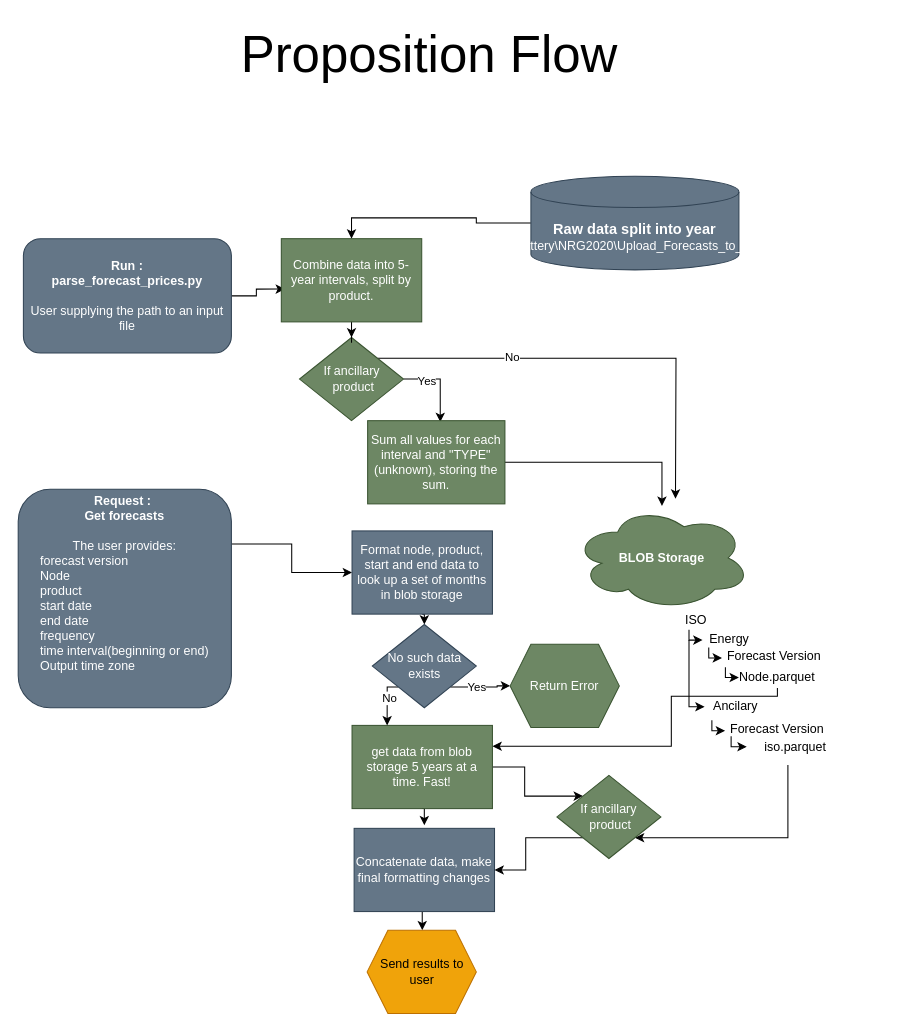
Earlier version of the draw.io diagram page "Page-2" (2 of 2) of design_prop_1.drawio (rmFlynn/Wrighton_diagrams). Source tidied: cells renumbered, new cells numbered last; positions are measured from the earlier drawing's top-left corner, leaving out a move shared by most shapes. Both pictures are drawn from the tidied source at 104%, with x=0, y=0 at pixel (18, 18).
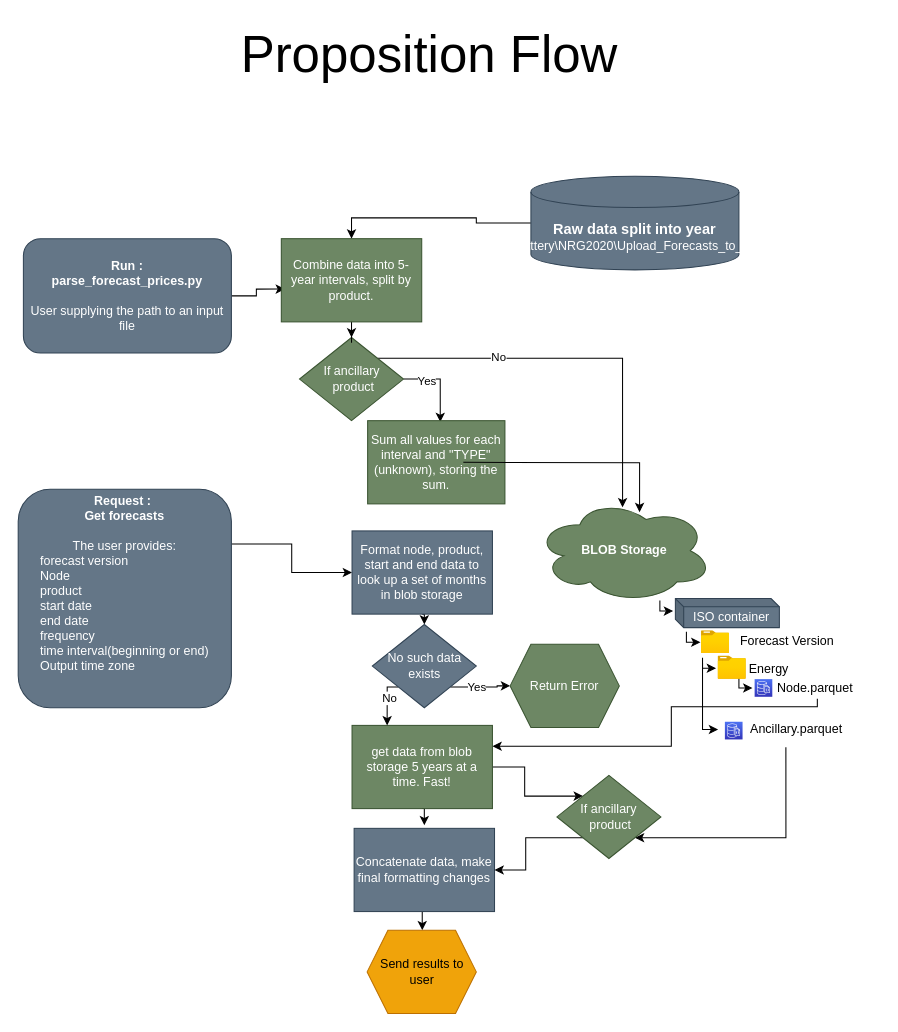
Above is the later version.

Unchanged cells that the change refers to:
```xml
<mxCell id="13" value="&lt;div&gt;If ancillary&lt;/div&gt;&lt;div&gt;&amp;nbsp;product&lt;/div&gt;" style="rhombus;whiteSpace=wrap;html=1;fillColor=#6d8764;fontColor=#ffffff;strokeColor=#3A5431;" parent="1" vertex="1">
  <mxGeometry x="270.5" y="307" width="100" height="80" as="geometry" />
</mxCell>
<mxCell id="21" value="get data from blob storage 5 years at a time. Fast!" style="rounded=0;whiteSpace=wrap;html=1;fillColor=#6d8764;strokeColor=#3A5431;fontColor=#ffffff;" parent="1" vertex="1">
  <mxGeometry x="321" y="680" width="135" height="80" as="geometry" />
</mxCell>
<mxCell id="30" value="Sum all values for each interval and &quot;TYPE&quot;(unknown), storing the sum." style="rounded=0;whiteSpace=wrap;html=1;fillColor=#6d8764;strokeColor=#3A5431;fontColor=#ffffff;" parent="1" vertex="1">
  <mxGeometry x="336" y="387" width="132" height="80" as="geometry" />
</mxCell>
<mxCell id="49" value="&lt;div&gt;If ancillary&lt;/div&gt;&lt;div&gt;&amp;nbsp;product&lt;br&gt;&lt;/div&gt;" style="rhombus;whiteSpace=wrap;html=1;fillColor=#6d8764;fontColor=#ffffff;strokeColor=#3A5431;" parent="1" vertex="1">
  <mxGeometry x="518" y="728" width="100" height="80" as="geometry" />
</mxCell>
```

Change to the diagram source:
```diff
@@
-    <mxCell id="4" value="&lt;b&gt;BLOB Storage&lt;/b&gt;" style="ellipse;shape=cloud;whiteSpace=wrap;html=1;fillColor=#6d8764;fontColor=#ffffff;strokeColor=#3A5431;" parent="1" vertex="1">
-      <mxGeometry x="534" y="469" width="170" height="100" as="geometry" />
-    </mxCell>
     <mxCell id="5" value="Energy" style="text;html=1;strokeColor=none;fillColor=none;align=center;verticalAlign=middle;whiteSpace=wrap;rounded=0;" parent="1" vertex="1">
-      <mxGeometry x="654" y="587" width="60" height="20" as="geometry" />
+      <mxGeometry x="692" y="616" width="60" height="20" as="geometry" />
     </mxCell>
-    <mxCell id="6" value="Forecast Version" style="text;html=1;strokeColor=none;fillColor=none;align=center;verticalAlign=middle;whiteSpace=wrap;rounded=0;" parent="1" vertex="1">
-      <mxGeometry x="677" y="604" width="100" height="20" as="geometry" />
-    </mxCell>
@@
-    <mxCell id="9" style="edgeStyle=orthogonalEdgeStyle;rounded=0;jettySize=auto;html=1;exitX=1;exitY=0;exitDx=0;exitDy=0;" parent="1" edge="1" source="13">
-      <mxGeometry relative="1" as="geometry">
-        <mxPoint x="632" y="462" as="targetPoint" />
-      </mxGeometry>
+    <mxCell id="9" style="edgeStyle=orthogonalEdgeStyle;rounded=0;jettySize=auto;html=1;exitX=1;exitY=0;exitDx=0;exitDy=0;entryX=0.492;entryY=0.083;entryDx=0;entryDy=0;entryPerimeter=0;" parent="1" edge="1" source="13" target="4">
+      <mxGeometry relative="1" as="geometry" />
     </mxCell>
@@
-    <mxCell id="18" style="edgeStyle=orthogonalEdgeStyle;rounded=0;jettySize=auto;html=1;exitX=0.5;exitY=1;exitDx=0;exitDy=0;entryX=1;entryY=0.25;entryDx=0;entryDy=0;" parent="1" edge="1" source="40" target="21">
+    <mxCell id="18" style="edgeStyle=orthogonalEdgeStyle;rounded=0;jettySize=auto;html=1;exitX=0.52;exitY=1.014;exitDx=0;exitDy=0;entryX=1;entryY=0.25;entryDx=0;entryDy=0;exitPerimeter=0;" parent="1" edge="1" source="40" target="21">
       <mxGeometry relative="1" as="geometry">
         <Array as="points">
-          <mxPoint x="730" y="652" />
-          <mxPoint x="628" y="652" />
+          <mxPoint x="768" y="654" />
+          <mxPoint x="768" y="662" />
+          <mxPoint x="628" y="662" />
           <mxPoint x="628" y="700" />
         </Array>
       </mxGeometry>
     </mxCell>
@@
-    <mxCell id="29" style="edgeStyle=orthogonalEdgeStyle;rounded=0;jettySize=auto;html=1;exitX=1;exitY=0.5;exitDx=0;exitDy=0;" parent="1" edge="1" source="30" target="4">
-      <mxGeometry relative="1" as="geometry" />
-    </mxCell>
@@
-    <mxCell id="33" value="ISO" style="text;html=1;strokeColor=none;fillColor=none;align=center;verticalAlign=middle;whiteSpace=wrap;rounded=0;" parent="1" vertex="1">
-      <mxGeometry x="637" y="569" width="30" height="20" as="geometry" />
-    </mxCell>
@@
-    <mxCell id="37" style="edgeStyle=orthogonalEdgeStyle;rounded=0;jettySize=auto;html=1;entryX=-0.003;entryY=0.557;entryDx=0;entryDy=0;strokeColor=#000000;entryPerimeter=0;" parent="1" edge="1" target="6">
-      <mxGeometry relative="1" as="geometry">
-        <mxPoint x="664" y="605" as="sourcePoint" />
-        <Array as="points">
-          <mxPoint x="664" y="615" />
-        </Array>
-      </mxGeometry>
-    </mxCell>
     <mxCell id="38" style="edgeStyle=orthogonalEdgeStyle;rounded=0;orthogonalLoop=1;jettySize=auto;html=1;entryX=-0.003;entryY=0.557;entryDx=0;entryDy=0;strokeColor=#000000;entryPerimeter=0;" parent="1" edge="1">
       <mxGeometry relative="1" as="geometry">
-        <mxPoint x="645" y="588" as="sourcePoint" />
-        <mxPoint x="658" y="598" as="targetPoint" />
+        <mxPoint x="658" y="615" as="sourcePoint" />
+        <mxPoint x="671" y="625" as="targetPoint" />
         <Array as="points">
-          <mxPoint x="645" y="598" />
+          <mxPoint x="658" y="625" />
         </Array>
       </mxGeometry>
     </mxCell>
-    <mxCell id="39" value="&lt;div&gt;Ancilary&lt;/div&gt;" style="text;html=1;strokeColor=none;fillColor=none;align=center;verticalAlign=middle;whiteSpace=wrap;rounded=0;" parent="1" vertex="1">
-      <mxGeometry x="660" y="652" width="60" height="20" as="geometry" />
-    </mxCell>
     <mxCell id="40" value="Node.parquet" style="text;html=1;strokeColor=none;fillColor=none;align=center;verticalAlign=middle;whiteSpace=wrap;rounded=0;" parent="1" vertex="1">
-      <mxGeometry x="680" y="624" width="100" height="20" as="geometry" />
+      <mxGeometry x="719" y="634" width="95" height="20" as="geometry" />
     </mxCell>
     <mxCell id="41" style="edgeStyle=orthogonalEdgeStyle;rounded=0;orthogonalLoop=1;jettySize=auto;html=1;entryX=-0.003;entryY=0.557;entryDx=0;entryDy=0;strokeColor=#000000;entryPerimeter=0;" parent="1" edge="1">
       <mxGeometry relative="1" as="geometry">
-        <mxPoint x="680" y="624" as="sourcePoint" />
-        <mxPoint x="693" y="634" as="targetPoint" />
+        <mxPoint x="693" y="634" as="sourcePoint" />
+        <mxPoint x="706" y="644" as="targetPoint" />
         <Array as="points">
-          <mxPoint x="680" y="634" />
+          <mxPoint x="693" y="644" />
         </Array>
       </mxGeometry>
     </mxCell>
-    <mxCell id="42" style="edgeStyle=orthogonalEdgeStyle;rounded=0;jettySize=auto;html=1;strokeColor=#000000;" parent="1" edge="1" target="39">
+    <mxCell id="42" style="edgeStyle=orthogonalEdgeStyle;rounded=0;orthogonalLoop=1;jettySize=auto;html=1;strokeColor=#000000;" parent="1" edge="1">
       <mxGeometry relative="1" as="geometry">
-        <mxPoint x="645" y="598" as="sourcePoint" />
+        <mxPoint x="658" y="620" as="sourcePoint" />
+        <mxPoint x="673" y="684" as="targetPoint" />
         <Array as="points">
-          <mxPoint x="645" y="662" />
+          <mxPoint x="658" y="684" />
         </Array>
       </mxGeometry>
     </mxCell>
-    <mxCell id="43" value="Forecast Version" style="text;html=1;strokeColor=none;fillColor=none;align=center;verticalAlign=middle;whiteSpace=wrap;rounded=0;" parent="1" vertex="1">
-      <mxGeometry x="680" y="674" width="100" height="20" as="geometry" />
-    </mxCell>
-    <mxCell id="44" style="edgeStyle=orthogonalEdgeStyle;rounded=0;orthogonalLoop=1;jettySize=auto;html=1;exitX=0;exitY=1;exitDx=0;exitDy=0;strokeColor=#000000;" parent="1" edge="1">
-      <mxGeometry relative="1" as="geometry">
-        <mxPoint x="685.5" y="690.5" as="sourcePoint" />
-        <mxPoint x="700.5" y="700.5" as="targetPoint" />
-        <Array as="points">
-          <mxPoint x="685.5" y="700.5" />
-        </Array>
-      </mxGeometry>
-    </mxCell>
-    <mxCell id="45" value="iso.parquet" style="text;html=1;strokeColor=none;fillColor=none;align=center;verticalAlign=middle;whiteSpace=wrap;rounded=0;" parent="1" vertex="1">
-      <mxGeometry x="689.5" y="690.5" width="115" height="20" as="geometry" />
+    <mxCell id="45" value="Ancillary.parquet" style="text;html=1;strokeColor=none;fillColor=none;align=center;verticalAlign=middle;whiteSpace=wrap;rounded=0;" parent="1" vertex="1">
+      <mxGeometry x="667.5" y="673.5" width="160.6" height="20" as="geometry" />
     </mxCell>
     <mxCell id="46" style="edgeStyle=orthogonalEdgeStyle;rounded=0;jettySize=auto;html=1;exitX=0.44;exitY=1.375;exitDx=0;exitDy=0;entryX=1;entryY=1;entryDx=0;entryDy=0;exitPerimeter=0;" parent="1" edge="1" source="45" target="49">
       <mxGeometry relative="1" as="geometry">
         <Array as="points">
-          <mxPoint x="740" y="788" />
+          <mxPoint x="738" y="788" />
         </Array>
       </mxGeometry>
     </mxCell>
-    <mxCell id="47" style="edgeStyle=orthogonalEdgeStyle;rounded=0;jettySize=auto;html=1;entryX=-0.003;entryY=0.557;entryDx=0;entryDy=0;strokeColor=#000000;entryPerimeter=0;" parent="1" edge="1" target="43">
+    <mxCell id="47" style="edgeStyle=orthogonalEdgeStyle;rounded=0;orthogonalLoop=1;jettySize=auto;html=1;entryX=-0.003;entryY=0.557;entryDx=0;entryDy=0;strokeColor=#000000;entryPerimeter=0;" parent="1" edge="1">
       <mxGeometry relative="1" as="geometry">
-        <mxPoint x="667" y="675" as="sourcePoint" />
+        <mxPoint x="617" y="560" as="sourcePoint" />
+        <mxPoint x="629.7" y="570.1" as="targetPoint" />
         <Array as="points">
-          <mxPoint x="667" y="685" />
+          <mxPoint x="617" y="570" />
         </Array>
       </mxGeometry>
     </mxCell>
@@
+    <mxCell id="50" value="Forecast Version" style="text;html=1;strokeColor=none;fillColor=none;align=center;verticalAlign=middle;whiteSpace=wrap;rounded=0;" parent="1" vertex="1">
+      <mxGeometry x="656.5" y="589" width="164.6" height="20" as="geometry" />
+    </mxCell>
+    <mxCell id="51" style="edgeStyle=orthogonalEdgeStyle;rounded=0;jettySize=auto;html=1;entryX=-0.003;entryY=0.557;entryDx=0;entryDy=0;strokeColor=#000000;entryPerimeter=0;" parent="1" edge="1" target="50">
+      <mxGeometry relative="1" as="geometry">
+        <mxPoint x="642.5" y="590" as="sourcePoint" />
+        <Array as="points">
+          <mxPoint x="642.5" y="600" />
+        </Array>
+      </mxGeometry>
+    </mxCell>
+    <mxCell id="52" style="image;html=1;align=center;fontSize=12;image=img/lib/azure2/general/Folder_Blank.svg;" parent="1" vertex="1">
+      <mxGeometry x="657" y="589" width="27.1" height="22" as="geometry" />
+    </mxCell>
+    <mxCell id="53" value="ISO container" style="shape=cube;whiteSpace=wrap;html=1;boundedLbl=1;backgroundOutline=1;darkOpacity=0.05;darkOpacity2=0.1;fillColor=#647687;fontColor=#ffffff;strokeColor=#314354;size=8;" parent="1" vertex="1">
+      <mxGeometry x="631.9" y="558" width="100" height="28" as="geometry" />
+    </mxCell>
+    <mxCell id="54" style="image;html=1;align=center;fontSize=12;image=img/lib/azure2/general/Folder_Blank.svg;" parent="1" vertex="1">
+      <mxGeometry x="673" y="612" width="27.1" height="25" as="geometry" />
+    </mxCell>
+    <mxCell id="55" style="sketch=0;fontColor=#232F3E;gradientColor=#4D72F3;gradientDirection=north;fillColor=#3334B9;strokeColor=#ffffff;dashed=0;verticalLabelPosition=bottom;verticalAlign=top;align=center;html=1;fontSize=12;fontStyle=0;shape=mxgraph.aws4.resourceIcon;resIcon=mxgraph.aws4.documentdb_with_mongodb_compatibility;" parent="1" vertex="1">
+      <mxGeometry x="708.1" y="635.5" width="17" height="17" as="geometry" />
+    </mxCell>
+    <mxCell id="56" style="sketch=0;fontColor=#232F3E;gradientColor=#4D72F3;gradientDirection=north;fillColor=#3334B9;strokeColor=#ffffff;dashed=0;verticalLabelPosition=bottom;verticalAlign=top;align=center;html=1;fontSize=12;fontStyle=0;shape=mxgraph.aws4.resourceIcon;resIcon=mxgraph.aws4.documentdb_with_mongodb_compatibility;" parent="1" vertex="1">
+      <mxGeometry x="679.5" y="676.5" width="17" height="17" as="geometry" />
+    </mxCell>
+    <mxCell id="57" style="edgeStyle=orthogonalEdgeStyle;rounded=0;jettySize=auto;html=1;exitX=1;exitY=0.5;exitDx=0;exitDy=0;entryX=0.588;entryY=0.13;entryDx=0;entryDy=0;entryPerimeter=0;" parent="1" edge="1" target="4">
+      <mxGeometry relative="1" as="geometry">
+        <mxPoint x="428" y="427" as="sourcePoint" />
+      </mxGeometry>
+    </mxCell>
+    <mxCell id="4" value="&lt;b&gt;BLOB Storage&lt;/b&gt;" style="ellipse;shape=cloud;whiteSpace=wrap;html=1;fillColor=#6d8764;fontColor=#ffffff;strokeColor=#3A5431;" parent="1" vertex="1">
+      <mxGeometry x="497.5" y="462" width="170" height="100" as="geometry" />
+    </mxCell>
```
